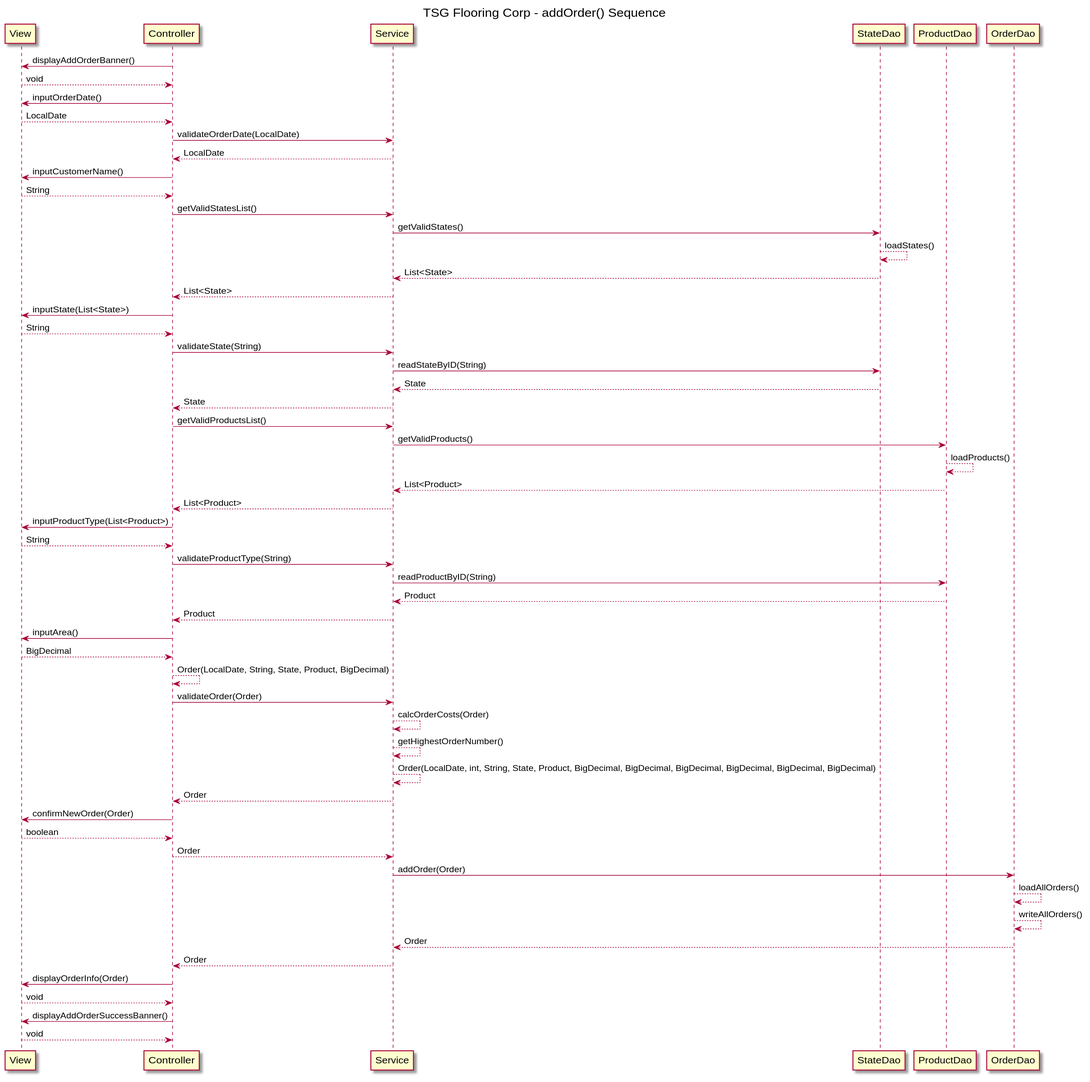
The PlantUML diagram Mastery/uml/uml addOrder FINAL.svg in NarishSingh/SG4-Spring, before a commit. Source of this version:
```plantuml
@startuml
title TSG Flooring Corp - addOrder() Sequence

View <- Controller : displayAddOrderBanner()
View --> Controller : void

View <- Controller : inputOrderDate()
View --> Controller : LocalDate
Controller -> Service : validateOrderDate(LocalDate)
Service --> Controller : LocalDate

View <- Controller : inputCustomerName()
View --> Controller : String

Controller -> Service : getValidStatesList()
Service -> StateDao : getValidStates()
StateDao --> StateDao : loadStates()
StateDao --> Service : List<State>
Service --> Controller : List<State>
View <- Controller : inputState(List<State>)
View --> Controller : String
Controller -> Service : validateState(String)
Service -> StateDao : readStateByID(String)
StateDao --> Service : State
Service --> Controller : State

Controller -> Service : getValidProductsList()
Service -> ProductDao : getValidProducts()
ProductDao --> ProductDao : loadProducts()
ProductDao --> Service : List<Product>
Service --> Controller : List<Product>
View <- Controller : inputProductType(List<Product>)
View --> Controller : String
Controller -> Service : validateProductType(String)
Service -> ProductDao : readProductByID(String)
ProductDao --> Service : Product
Service --> Controller : Product

View <- Controller : inputArea()
View --> Controller : BigDecimal

Controller --> Controller : Order(LocalDate, String, State, Product, BigDecimal)

Controller -> Service: validateOrder(Order)
Service --> Service : calcOrderCosts(Order)
Service --> Service : getHighestOrderNumber()
Service --> Service : Order(LocalDate, int, String, State, Product, BigDecimal, BigDecimal, BigDecimal, BigDecimal, BigDecimal, BigDecimal)
Service --> Controller : Order

Controller -> View : confirmNewOrder(Order)
View --> Controller : boolean

Controller --> Service : Order
Service -> OrderDao : addOrder(Order)
OrderDao --> OrderDao : loadAllOrders()
OrderDao --> OrderDao : writeAllOrders()
OrderDao --> Service : Order
Service --> Controller : Order


Controller -> View : displayOrderInfo(Order)
View --> Controller : void

Controller -> View : displayAddOrderSuccessBanner()
View --> Controller : void
@enduml
```
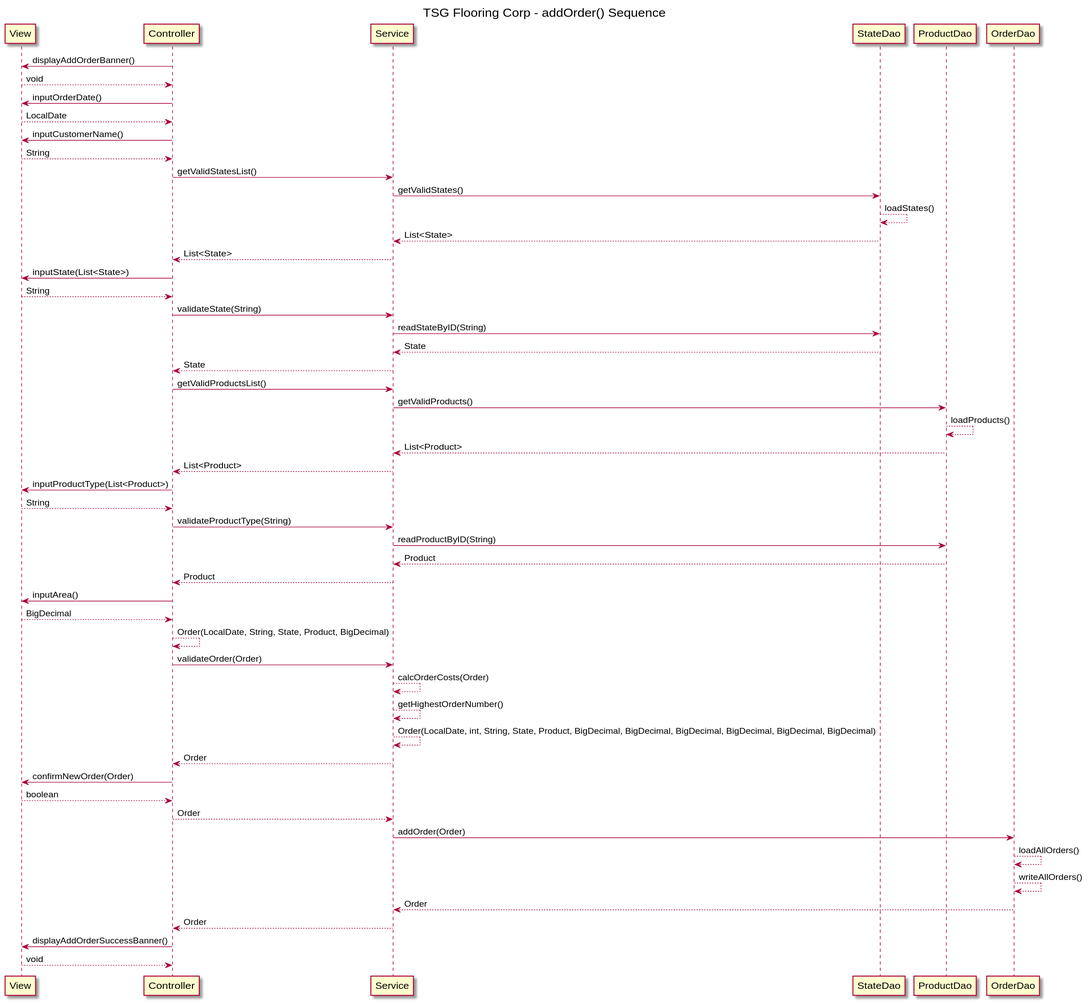
The same file after the commit.

Change to the diagram source:
```diff
@@ -6,8 +6,6 @@
 
 View <- Controller : inputOrderDate()
 View --> Controller : LocalDate
-Controller -> Service : validateOrderDate(LocalDate)
-Service --> Controller : LocalDate
 
 View <- Controller : inputCustomerName()
 View --> Controller : String
@@ -58,9 +56,6 @@
 Service --> Controller : Order
 
 
-Controller -> View : displayOrderInfo(Order)
-View --> Controller : void
-
 Controller -> View : displayAddOrderSuccessBanner()
 View --> Controller : void
 @enduml
```
